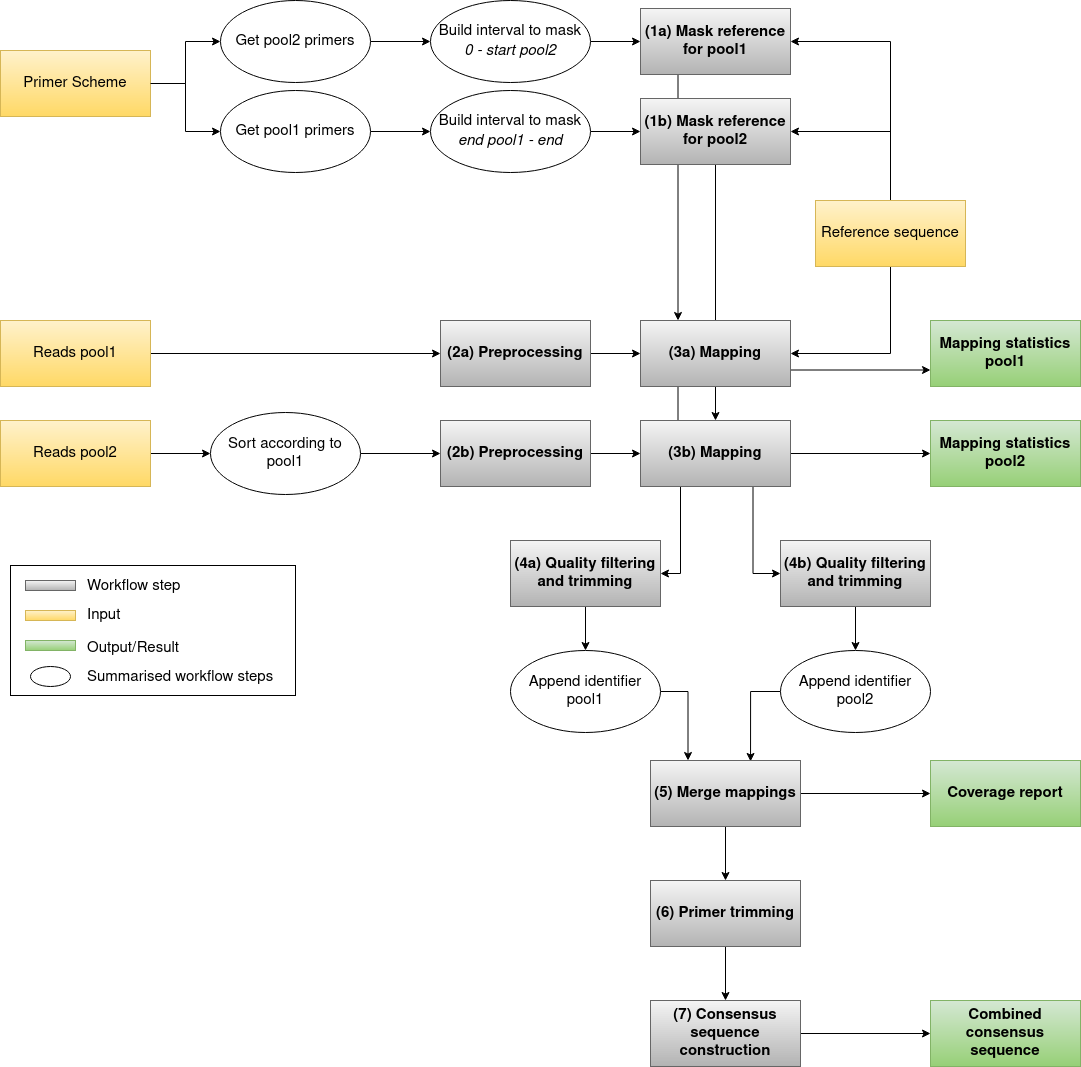
Above: media/pox.png in kciy/msc-thesis (draw.io), before the change. Source tidied: cells renumbered, new cells last; positions are measured from the earlier drawing's top-left corner, leaving out a move shared by most shapes.
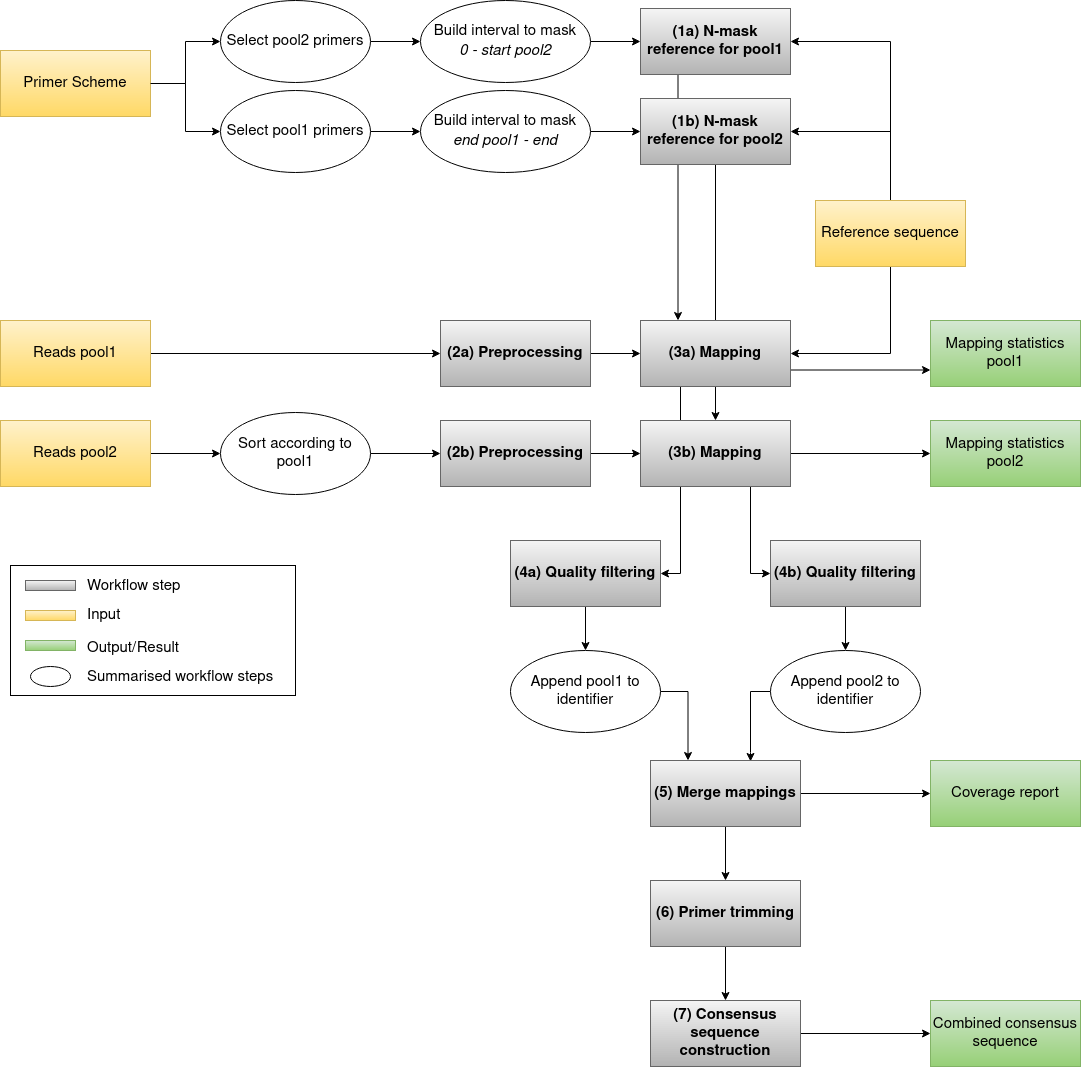
Later version of the same file.

Change to the diagram source:
```diff
@@ -5,19 +5,19 @@
     <mxCell id="2" style="edgeStyle=orthogonalEdgeStyle;rounded=0;jettySize=auto;html=1;fontSize=15;entryX=0;entryY=0.5;entryDx=0;entryDy=0;" parent="1" edge="1" source="3" target="7">
       <mxGeometry relative="1" as="geometry" />
     </mxCell>
-    <mxCell id="3" value="Primer Scheme" style="rounded=0;whiteSpace=wrap;html=1;fontSize=15;spacing=2;fillColor=#fff2cc;gradientColor=#ffd966;strokeColor=#d6b656;" parent="1" vertex="1">
+    <mxCell id="3" value="Primer Scheme" style="rounded=0;whiteSpace=wrap;html=1;fontSize=15;spacing=2;fillColor=#fff2cc;gradientColor=#ffd966;strokeColor=#d6b656;fontStyle=0;" parent="1" vertex="1">
       <mxGeometry y="50" width="150" height="66" as="geometry" />
     </mxCell>
     <mxCell id="4" style="edgeStyle=orthogonalEdgeStyle;rounded=0;jettySize=auto;html=1;exitX=0.25;exitY=1;exitDx=0;exitDy=0;entryX=0.25;entryY=0;entryDx=0;entryDy=0;" parent="1" edge="1" source="5" target="40">
       <mxGeometry relative="1" as="geometry" />
     </mxCell>
-    <mxCell id="5" value="&lt;b style=&quot;font-size: 15px;&quot;&gt;(1a) Mask reference for pool1&lt;br&gt;&lt;/b&gt;" style="rounded=0;whiteSpace=wrap;html=1;fontSize=15;spacing=2;fillColor=#f5f5f5;gradientColor=#b3b3b3;strokeColor=#666666;" parent="1" vertex="1">
+    <mxCell id="5" value="&lt;b style=&quot;font-size: 15px;&quot;&gt;(1a) N-mask reference for pool1&lt;br&gt;&lt;/b&gt;" style="rounded=0;whiteSpace=wrap;html=1;fontSize=15;spacing=2;fillColor=#f5f5f5;gradientColor=#b3b3b3;strokeColor=#666666;" parent="1" vertex="1">
       <mxGeometry x="640" y="8" width="150" height="66" as="geometry" />
     </mxCell>
     <mxCell id="6" style="edgeStyle=orthogonalEdgeStyle;rounded=0;jettySize=auto;html=1;" parent="1" edge="1" source="7" target="19">
       <mxGeometry relative="1" as="geometry" />
     </mxCell>
-    <mxCell id="7" value="Get pool2 primers" style="ellipse;whiteSpace=wrap;html=1;fontSize=15;spacing=2;" parent="1" vertex="1">
+    <mxCell id="7" value="Select pool2 primers" style="ellipse;whiteSpace=wrap;html=1;fontSize=15;spacing=2;" parent="1" vertex="1">
       <mxGeometry x="220" width="150" height="82" as="geometry" />
     </mxCell>
     <mxCell id="8" style="group;" parent="1" vertex="1">
@@ -44,7 +44,7 @@
     <mxCell id="15" style="edgeStyle=orthogonalEdgeStyle;rounded=0;jettySize=auto;html=1;" parent="1" edge="1" source="16" target="21">
       <mxGeometry relative="1" as="geometry" />
     </mxCell>
-    <mxCell id="16" value="Get pool1 primers" style="ellipse;whiteSpace=wrap;html=1;fontSize=15;spacing=2;" parent="1" vertex="1">
+    <mxCell id="16" value="Select pool1 primers" style="ellipse;whiteSpace=wrap;html=1;fontSize=15;spacing=2;" parent="1" vertex="1">
       <mxGeometry x="220" y="90" width="150" height="82" as="geometry" />
     </mxCell>
     <mxCell id="17" style="edgeStyle=orthogonalEdgeStyle;rounded=0;jettySize=auto;html=1;fontSize=15;entryX=0;entryY=0.5;entryDx=0;entryDy=0;exitX=1;exitY=0.5;exitDx=0;exitDy=0;" parent="1" edge="1" source="3" target="16">
@@ -54,18 +54,18 @@
       <mxGeometry relative="1" as="geometry" />
     </mxCell>
     <mxCell id="19" value="Build interval to mask&lt;br&gt;&lt;i&gt;0 - start pool2&lt;/i&gt;" style="ellipse;whiteSpace=wrap;html=1;fontSize=15;spacing=2;" parent="1" vertex="1">
-      <mxGeometry x="430" width="160" height="82" as="geometry" />
+      <mxGeometry x="420" width="170" height="82" as="geometry" />
     </mxCell>
     <mxCell id="20" style="edgeStyle=orthogonalEdgeStyle;rounded=0;jettySize=auto;html=1;" parent="1" edge="1" source="21" target="23">
       <mxGeometry relative="1" as="geometry" />
     </mxCell>
     <mxCell id="21" value="&lt;div&gt;Build interval to mask&lt;/div&gt;&lt;div&gt;&lt;i&gt;end pool1 - end&lt;/i&gt;&lt;br&gt;&lt;/div&gt;" style="ellipse;whiteSpace=wrap;html=1;fontSize=15;spacing=2;" parent="1" vertex="1">
-      <mxGeometry x="430" y="90" width="160" height="82" as="geometry" />
+      <mxGeometry x="420" y="90" width="170" height="82" as="geometry" />
     </mxCell>
     <mxCell id="22" style="edgeStyle=orthogonalEdgeStyle;rounded=0;jettySize=auto;html=1;exitX=0.5;exitY=1;exitDx=0;exitDy=0;entryX=0.5;entryY=0;entryDx=0;entryDy=0;" parent="1" edge="1" source="23" target="43">
       <mxGeometry relative="1" as="geometry" />
     </mxCell>
-    <mxCell id="23" value="&lt;b style=&quot;font-size: 15px;&quot;&gt;(1b) Mask reference for pool2&lt;br&gt;&lt;/b&gt;" style="rounded=0;whiteSpace=wrap;html=1;fontSize=15;spacing=2;fillColor=#f5f5f5;gradientColor=#b3b3b3;strokeColor=#666666;" parent="1" vertex="1">
+    <mxCell id="23" value="&lt;b style=&quot;font-size: 15px;&quot;&gt;(1b) N-mask reference for pool2&lt;br&gt;&lt;/b&gt;" style="rounded=0;whiteSpace=wrap;html=1;fontSize=15;spacing=2;fillColor=#f5f5f5;gradientColor=#b3b3b3;strokeColor=#666666;" parent="1" vertex="1">
       <mxGeometry x="640" y="98" width="150" height="66" as="geometry" />
     </mxCell>
     <mxCell id="24" style="edgeStyle=orthogonalEdgeStyle;rounded=0;jettySize=auto;html=1;exitX=0.5;exitY=0;exitDx=0;exitDy=0;entryX=1;entryY=0.5;entryDx=0;entryDy=0;" parent="1" edge="1" source="27" target="5">
@@ -77,19 +77,19 @@
     <mxCell id="26" style="edgeStyle=orthogonalEdgeStyle;rounded=0;jettySize=auto;html=1;exitX=0.5;exitY=1;exitDx=0;exitDy=0;entryX=1;entryY=0.5;entryDx=0;entryDy=0;" parent="1" edge="1" source="27" target="40">
       <mxGeometry relative="1" as="geometry" />
     </mxCell>
-    <mxCell id="27" value="Reference sequence" style="rounded=0;whiteSpace=wrap;html=1;fontSize=15;spacing=2;fillColor=#fff2cc;gradientColor=#ffd966;strokeColor=#d6b656;" parent="1" vertex="1">
+    <mxCell id="27" value="Reference sequence" style="rounded=0;whiteSpace=wrap;html=1;fontSize=15;spacing=2;fillColor=#fff2cc;gradientColor=#ffd966;strokeColor=#d6b656;fontStyle=0;" parent="1" vertex="1">
       <mxGeometry x="815" y="200" width="150" height="66" as="geometry" />
     </mxCell>
     <mxCell id="28" style="edgeStyle=orthogonalEdgeStyle;rounded=0;jettySize=auto;html=1;" parent="1" edge="1" source="29" target="33">
       <mxGeometry relative="1" as="geometry" />
     </mxCell>
-    <mxCell id="29" value="Reads pool1" style="rounded=0;whiteSpace=wrap;html=1;fontSize=15;spacing=2;fillColor=#fff2cc;gradientColor=#ffd966;strokeColor=#d6b656;" parent="1" vertex="1">
+    <mxCell id="29" value="Reads pool1" style="rounded=0;whiteSpace=wrap;html=1;fontSize=15;spacing=2;fillColor=#fff2cc;gradientColor=#ffd966;strokeColor=#d6b656;fontStyle=0;" parent="1" vertex="1">
       <mxGeometry y="320" width="150" height="66" as="geometry" />
     </mxCell>
     <mxCell id="30" style="edgeStyle=orthogonalEdgeStyle;rounded=0;jettySize=auto;html=1;" parent="1" edge="1" source="31" target="37">
       <mxGeometry relative="1" as="geometry" />
     </mxCell>
-    <mxCell id="31" value="Reads pool2" style="rounded=0;whiteSpace=wrap;html=1;fontSize=15;spacing=2;fillColor=#fff2cc;gradientColor=#ffd966;strokeColor=#d6b656;" parent="1" vertex="1">
+    <mxCell id="31" value="Reads pool2" style="rounded=0;whiteSpace=wrap;html=1;fontSize=15;spacing=2;fillColor=#fff2cc;gradientColor=#ffd966;strokeColor=#d6b656;fontStyle=0;" parent="1" vertex="1">
       <mxGeometry y="420" width="150" height="66" as="geometry" />
     </mxCell>
     <mxCell id="32" style="edgeStyle=orthogonalEdgeStyle;rounded=0;jettySize=auto;html=1;" parent="1" edge="1" source="33" target="40">
@@ -108,13 +108,18 @@
       <mxGeometry relative="1" as="geometry" />
     </mxCell>
     <mxCell id="37" value="Sort according to pool1" style="ellipse;whiteSpace=wrap;html=1;fontSize=15;spacing=2;" parent="1" vertex="1">
-      <mxGeometry x="210" y="412" width="150" height="82" as="geometry" />
+      <mxGeometry x="220" y="412" width="150" height="82" as="geometry" />
     </mxCell>
     <mxCell id="38" style="edgeStyle=orthogonalEdgeStyle;rounded=0;jettySize=auto;html=1;exitX=1;exitY=0.75;exitDx=0;exitDy=0;entryX=0;entryY=0.75;entryDx=0;entryDy=0;" parent="1" edge="1" source="40" target="44">
       <mxGeometry relative="1" as="geometry" />
     </mxCell>
     <mxCell id="39" style="edgeStyle=orthogonalEdgeStyle;rounded=0;jettySize=auto;html=1;exitX=0.25;exitY=1;exitDx=0;exitDy=0;entryX=1;entryY=0.5;entryDx=0;entryDy=0;" parent="1" edge="1" source="40" target="47">
-      <mxGeometry relative="1" as="geometry" />
+      <mxGeometry relative="1" as="geometry">
+        <Array as="points">
+          <mxPoint x="680" y="386" />
+          <mxPoint x="680" y="573" />
+        </Array>
+      </mxGeometry>
     </mxCell>
     <mxCell id="40" value="&lt;b&gt;(3a) Mapping&lt;/b&gt;" style="rounded=0;whiteSpace=wrap;html=1;fontSize=15;spacing=2;fillColor=#f5f5f5;gradientColor=#b3b3b3;strokeColor=#666666;" parent="1" vertex="1">
       <mxGeometry x="640" y="320" width="150" height="66" as="geometry" />
@@ -123,40 +128,45 @@
       <mxGeometry relative="1" as="geometry" />
     </mxCell>
     <mxCell id="42" style="edgeStyle=orthogonalEdgeStyle;rounded=0;jettySize=auto;html=1;exitX=0.75;exitY=1;exitDx=0;exitDy=0;entryX=0;entryY=0.5;entryDx=0;entryDy=0;" parent="1" edge="1" source="43" target="49">
-      <mxGeometry relative="1" as="geometry" />
+      <mxGeometry relative="1" as="geometry">
+        <Array as="points">
+          <mxPoint x="750" y="486" />
+          <mxPoint x="750" y="573" />
+        </Array>
+      </mxGeometry>
     </mxCell>
     <mxCell id="43" value="&lt;b&gt;(3b) Mapping&lt;/b&gt;" style="rounded=0;whiteSpace=wrap;html=1;fontSize=15;spacing=2;fillColor=#f5f5f5;gradientColor=#b3b3b3;strokeColor=#666666;" parent="1" vertex="1">
       <mxGeometry x="640" y="420" width="150" height="66" as="geometry" />
     </mxCell>
-    <mxCell id="44" value="&lt;b&gt;Mapping statistics pool1&lt;br&gt;&lt;/b&gt;" style="rounded=0;whiteSpace=wrap;html=1;fontSize=15;spacing=2;fillColor=#d5e8d4;gradientColor=#97d077;strokeColor=#82b366;" parent="1" vertex="1">
+    <mxCell id="44" value="&lt;span&gt;Mapping statistics pool1&lt;br&gt;&lt;/span&gt;" style="rounded=0;whiteSpace=wrap;html=1;fontSize=15;spacing=2;fillColor=#d5e8d4;gradientColor=#97d077;strokeColor=#82b366;fontStyle=0;" parent="1" vertex="1">
       <mxGeometry x="930" y="320" width="150" height="66" as="geometry" />
     </mxCell>
-    <mxCell id="45" value="&lt;b&gt;Mapping statistics pool2&lt;br&gt;&lt;/b&gt;" style="rounded=0;whiteSpace=wrap;html=1;fontSize=15;spacing=2;fillColor=#d5e8d4;gradientColor=#97d077;strokeColor=#82b366;" parent="1" vertex="1">
+    <mxCell id="45" value="&lt;span&gt;Mapping statistics pool2&lt;br&gt;&lt;/span&gt;" style="rounded=0;whiteSpace=wrap;html=1;fontSize=15;spacing=2;fillColor=#d5e8d4;gradientColor=#97d077;strokeColor=#82b366;fontStyle=0;" parent="1" vertex="1">
       <mxGeometry x="930" y="420" width="150" height="66" as="geometry" />
     </mxCell>
     <mxCell id="46" style="edgeStyle=orthogonalEdgeStyle;rounded=0;jettySize=auto;html=1;" parent="1" edge="1" source="47" target="51">
       <mxGeometry relative="1" as="geometry" />
     </mxCell>
-    <mxCell id="47" value="&lt;b&gt;(4a) Quality filtering and trimming&lt;br&gt;&lt;/b&gt;" style="rounded=0;whiteSpace=wrap;html=1;fontSize=15;spacing=2;fillColor=#f5f5f5;gradientColor=#b3b3b3;strokeColor=#666666;" parent="1" vertex="1">
+    <mxCell id="47" value="&lt;b&gt;(4a) Quality filtering&lt;br&gt;&lt;/b&gt;" style="rounded=0;whiteSpace=wrap;html=1;fontSize=15;spacing=2;fillColor=#f5f5f5;gradientColor=#b3b3b3;strokeColor=#666666;" parent="1" vertex="1">
       <mxGeometry x="510" y="540" width="150" height="66" as="geometry" />
     </mxCell>
     <mxCell id="48" style="edgeStyle=orthogonalEdgeStyle;rounded=0;jettySize=auto;html=1;" parent="1" edge="1" source="49" target="53">
       <mxGeometry relative="1" as="geometry" />
     </mxCell>
-    <mxCell id="49" value="&lt;b&gt;(4b) Quality filtering and trimming&lt;br&gt;&lt;/b&gt;" style="rounded=0;whiteSpace=wrap;html=1;fontSize=15;spacing=2;fillColor=#f5f5f5;gradientColor=#b3b3b3;strokeColor=#666666;" parent="1" vertex="1">
-      <mxGeometry x="780" y="540" width="150" height="66" as="geometry" />
+    <mxCell id="49" value="&lt;b&gt;(4b) Quality filtering&lt;br&gt;&lt;/b&gt;" style="rounded=0;whiteSpace=wrap;html=1;fontSize=15;spacing=2;fillColor=#f5f5f5;gradientColor=#b3b3b3;strokeColor=#666666;" parent="1" vertex="1">
+      <mxGeometry x="770" y="540" width="150" height="66" as="geometry" />
     </mxCell>
     <mxCell id="50" style="edgeStyle=orthogonalEdgeStyle;rounded=0;jettySize=auto;html=1;exitX=1;exitY=0.5;exitDx=0;exitDy=0;entryX=0.25;entryY=0;entryDx=0;entryDy=0;" parent="1" edge="1" source="51" target="56">
       <mxGeometry relative="1" as="geometry" />
     </mxCell>
-    <mxCell id="51" value="Append identifier pool1" style="ellipse;whiteSpace=wrap;html=1;fontSize=15;spacing=2;" parent="1" vertex="1">
+    <mxCell id="51" value="Append pool1 to identifier " style="ellipse;whiteSpace=wrap;html=1;fontSize=15;spacing=2;" parent="1" vertex="1">
       <mxGeometry x="510" y="650" width="150" height="82" as="geometry" />
     </mxCell>
     <mxCell id="52" style="edgeStyle=orthogonalEdgeStyle;rounded=0;jettySize=auto;html=1;exitX=0;exitY=0.5;exitDx=0;exitDy=0;entryX=0.667;entryY=0.015;entryDx=0;entryDy=0;entryPerimeter=0;" parent="1" edge="1" source="53" target="56">
       <mxGeometry relative="1" as="geometry" />
     </mxCell>
-    <mxCell id="53" value="Append identifier pool2" style="ellipse;whiteSpace=wrap;html=1;fontSize=15;spacing=2;" parent="1" vertex="1">
-      <mxGeometry x="780" y="650" width="150" height="82" as="geometry" />
+    <mxCell id="53" value="Append pool2 to identifier" style="ellipse;whiteSpace=wrap;html=1;fontSize=15;spacing=2;" parent="1" vertex="1">
+      <mxGeometry x="770" y="650" width="150" height="82" as="geometry" />
     </mxCell>
     <mxCell id="54" style="edgeStyle=orthogonalEdgeStyle;rounded=0;jettySize=auto;html=1;exitX=1;exitY=0.5;exitDx=0;exitDy=0;entryX=0;entryY=0.5;entryDx=0;entryDy=0;" parent="1" edge="1" source="56" target="57">
       <mxGeometry relative="1" as="geometry" />
@@ -167,7 +177,7 @@
     <mxCell id="56" value="&lt;b&gt;(5) Merge mappings&lt;br&gt;&lt;/b&gt;" style="rounded=0;whiteSpace=wrap;html=1;fontSize=15;spacing=2;fillColor=#f5f5f5;gradientColor=#b3b3b3;strokeColor=#666666;" parent="1" vertex="1">
       <mxGeometry x="650" y="760" width="150" height="66" as="geometry" />
     </mxCell>
-    <mxCell id="57" value="&lt;b&gt;Coverage report&lt;br&gt;&lt;/b&gt;" style="rounded=0;whiteSpace=wrap;html=1;fontSize=15;spacing=2;fillColor=#d5e8d4;gradientColor=#97d077;strokeColor=#82b366;" parent="1" vertex="1">
+    <mxCell id="57" value="&lt;span&gt;Coverage report&lt;br&gt;&lt;/span&gt;" style="rounded=0;whiteSpace=wrap;html=1;fontSize=15;spacing=2;fillColor=#d5e8d4;gradientColor=#97d077;strokeColor=#82b366;fontStyle=0;" parent="1" vertex="1">
       <mxGeometry x="930" y="760" width="150" height="66" as="geometry" />
     </mxCell>
     <mxCell id="58" style="edgeStyle=orthogonalEdgeStyle;rounded=0;jettySize=auto;html=1;" parent="1" edge="1" source="59" target="61">
@@ -182,7 +192,7 @@
     <mxCell id="61" value="&lt;b&gt;(7) Consensus sequence construction&lt;br&gt;&lt;/b&gt;" style="rounded=0;whiteSpace=wrap;html=1;fontSize=15;spacing=2;fillColor=#f5f5f5;gradientColor=#b3b3b3;strokeColor=#666666;" parent="1" vertex="1">
       <mxGeometry x="650" y="1000" width="150" height="66" as="geometry" />
     </mxCell>
-    <mxCell id="62" value="&lt;b&gt;Combined consensus sequence&lt;br&gt;&lt;/b&gt;" style="rounded=0;whiteSpace=wrap;html=1;fontSize=15;spacing=2;fillColor=#d5e8d4;gradientColor=#97d077;strokeColor=#82b366;" parent="1" vertex="1">
+    <mxCell id="62" value="&lt;span&gt;Combined consensus sequence&lt;br&gt;&lt;/span&gt;" style="rounded=0;whiteSpace=wrap;html=1;fontSize=15;spacing=2;fillColor=#d5e8d4;gradientColor=#97d077;strokeColor=#82b366;fontStyle=0;" parent="1" vertex="1">
       <mxGeometry x="930" y="1000" width="150" height="66" as="geometry" />
     </mxCell>
   </root>
```
